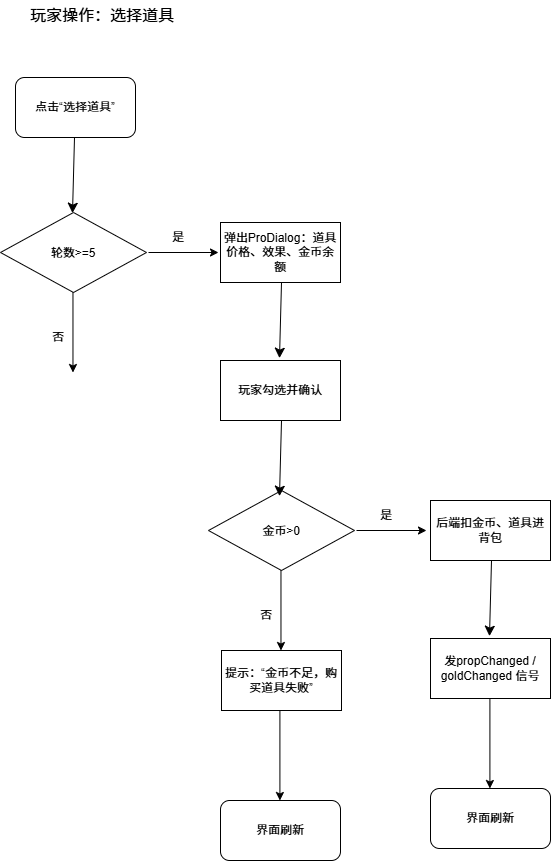
Above: 流程图6.drawio.png in jiayaoo0499/MarketDuo (draw.io), before the change. Source tidied: cells renumbered, new cells last; positions are measured from the earlier drawing's top-left corner, leaving out a move shared by most shapes. Its diagram source:
```xml
<mxGraphModel>
  <root>
    <mxCell id="0" />
    <mxCell id="1" parent="0" />
    <mxCell id="2" value="点击“选择道具”" style="rounded=1;whiteSpace=wrap;html=1;" parent="1" vertex="1">
      <mxGeometry x="15" y="77" width="120" height="60" as="geometry" />
    </mxCell>
    <mxCell id="3" value="玩家操作：选择道具" style="text;html=1;whiteSpace=wrap;strokeColor=none;fillColor=none;align=center;verticalAlign=middle;rounded=0;fontSize=16;" parent="1" vertex="1">
      <mxGeometry x="24" width="156" height="30" as="geometry" />
    </mxCell>
    <mxCell id="4" value="轮数&amp;gt;=5" style="rhombus;whiteSpace=wrap;html=1;shapeInside=1;" parent="1" vertex="1">
      <mxGeometry y="212" width="146" height="80" as="geometry" />
    </mxCell>
    <mxCell id="5" style="endArrow=classic;html=1;rounded=0;fontSize=12;startSize=8;endSize=8;curved=1;" parent="1" edge="1">
      <mxGeometry relative="1" as="geometry">
        <mxPoint x="74" y="137" as="sourcePoint" />
        <mxPoint x="72" y="212.7" as="targetPoint" />
      </mxGeometry>
    </mxCell>
    <mxCell id="6" style="endArrow=classic;html=1;rounded=0;" parent="1" edge="1">
      <mxGeometry relative="1" as="geometry">
        <mxPoint x="148" y="252" as="sourcePoint" />
        <mxPoint x="218" y="252" as="targetPoint" />
      </mxGeometry>
    </mxCell>
    <mxCell id="7" value="是" style="text;html=1;whiteSpace=wrap;strokeColor=none;fillColor=none;align=center;verticalAlign=middle;rounded=0;" parent="1" vertex="1">
      <mxGeometry x="148" y="222" width="60" height="30" as="geometry" />
    </mxCell>
    <mxCell id="8" style="endArrow=classic;html=1;rounded=0;" parent="1" edge="1">
      <mxGeometry relative="1" as="geometry">
        <mxPoint x="72.5" y="292" as="sourcePoint" />
        <mxPoint x="72.5" y="372" as="targetPoint" />
      </mxGeometry>
    </mxCell>
    <mxCell id="9" value="否" style="text;html=1;whiteSpace=wrap;strokeColor=none;fillColor=none;align=center;verticalAlign=middle;rounded=0;" parent="1" vertex="1">
      <mxGeometry x="28" y="322" width="60" height="30" as="geometry" />
    </mxCell>
    <mxCell id="10" value="弹出ProDialog：道具价格、效果、金币余额" style="rounded=0;whiteSpace=wrap;html=1;" parent="1" vertex="1">
      <mxGeometry x="220" y="222" width="120" height="60" as="geometry" />
    </mxCell>
    <mxCell id="11" style="endArrow=classic;html=1;rounded=0;fontSize=12;startSize=8;endSize=8;curved=1;" parent="1" edge="1">
      <mxGeometry relative="1" as="geometry">
        <mxPoint x="281" y="282" as="sourcePoint" />
        <mxPoint x="279" y="357.7" as="targetPoint" />
      </mxGeometry>
    </mxCell>
    <mxCell id="12" value="玩家勾选并确认" style="rounded=0;whiteSpace=wrap;html=1;" parent="1" vertex="1">
      <mxGeometry x="220" y="360" width="120" height="60" as="geometry" />
    </mxCell>
    <mxCell id="13" value="金币&amp;gt;0" style="rhombus;whiteSpace=wrap;html=1;shapeInside=1;" parent="1" vertex="1">
      <mxGeometry x="208" y="490" width="146" height="80" as="geometry" />
    </mxCell>
    <mxCell id="14" style="endArrow=classic;html=1;rounded=0;" parent="1" edge="1">
      <mxGeometry relative="1" as="geometry">
        <mxPoint x="356" y="530" as="sourcePoint" />
        <mxPoint x="426" y="530" as="targetPoint" />
      </mxGeometry>
    </mxCell>
    <mxCell id="15" value="是" style="text;html=1;whiteSpace=wrap;strokeColor=none;fillColor=none;align=center;verticalAlign=middle;rounded=0;" parent="1" vertex="1">
      <mxGeometry x="356" y="500" width="60" height="30" as="geometry" />
    </mxCell>
    <mxCell id="16" style="endArrow=classic;html=1;rounded=0;" parent="1" edge="1">
      <mxGeometry relative="1" as="geometry">
        <mxPoint x="280.5" y="570" as="sourcePoint" />
        <mxPoint x="280.5" y="650" as="targetPoint" />
      </mxGeometry>
    </mxCell>
    <mxCell id="17" value="否" style="text;html=1;whiteSpace=wrap;strokeColor=none;fillColor=none;align=center;verticalAlign=middle;rounded=0;" parent="1" vertex="1">
      <mxGeometry x="236" y="600" width="60" height="30" as="geometry" />
    </mxCell>
    <mxCell id="18" style="endArrow=classic;html=1;rounded=0;fontSize=12;startSize=8;endSize=8;curved=1;" parent="1" edge="1">
      <mxGeometry relative="1" as="geometry">
        <mxPoint x="281" y="420" as="sourcePoint" />
        <mxPoint x="279" y="495.7" as="targetPoint" />
      </mxGeometry>
    </mxCell>
    <mxCell id="19" value="后端扣金币、道具进背包" style="rounded=0;whiteSpace=wrap;html=1;" parent="1" vertex="1">
      <mxGeometry x="430" y="500" width="120" height="60" as="geometry" />
    </mxCell>
    <mxCell id="20" value="提示：“金币不足，购买道具失败”" style="rounded=0;whiteSpace=wrap;html=1;" parent="1" vertex="1">
      <mxGeometry x="221" y="650" width="120" height="60" as="geometry" />
    </mxCell>
    <mxCell id="21" style="endArrow=classic;html=1;rounded=0;" parent="1" edge="1">
      <mxGeometry relative="1" as="geometry">
        <mxPoint x="279.4" y="710" as="sourcePoint" />
        <mxPoint x="279.4" y="800" as="targetPoint" />
      </mxGeometry>
    </mxCell>
    <mxCell id="22" value="界面刷新" style="rounded=1;whiteSpace=wrap;html=1;" parent="1" vertex="1">
      <mxGeometry x="220" y="800" width="120" height="60" as="geometry" />
    </mxCell>
    <mxCell id="23" style="endArrow=classic;html=1;rounded=0;fontSize=12;startSize=8;endSize=8;curved=1;" parent="1" edge="1">
      <mxGeometry relative="1" as="geometry">
        <mxPoint x="491" y="560" as="sourcePoint" />
        <mxPoint x="489" y="635.7" as="targetPoint" />
      </mxGeometry>
    </mxCell>
    <mxCell id="24" value="发propChanged / goldChanged 信号" style="rounded=0;whiteSpace=wrap;html=1;" parent="1" vertex="1">
      <mxGeometry x="430" y="638" width="120" height="60" as="geometry" />
    </mxCell>
    <mxCell id="25" style="endArrow=classic;html=1;rounded=0;" parent="1" edge="1">
      <mxGeometry relative="1" as="geometry">
        <mxPoint x="489.4" y="698" as="sourcePoint" />
        <mxPoint x="489.4" y="788" as="targetPoint" />
      </mxGeometry>
    </mxCell>
    <mxCell id="26" value="界面刷新" style="rounded=1;whiteSpace=wrap;html=1;" parent="1" vertex="1">
      <mxGeometry x="430" y="788" width="120" height="60" as="geometry" />
    </mxCell>
  </root>
</mxGraphModel>
```
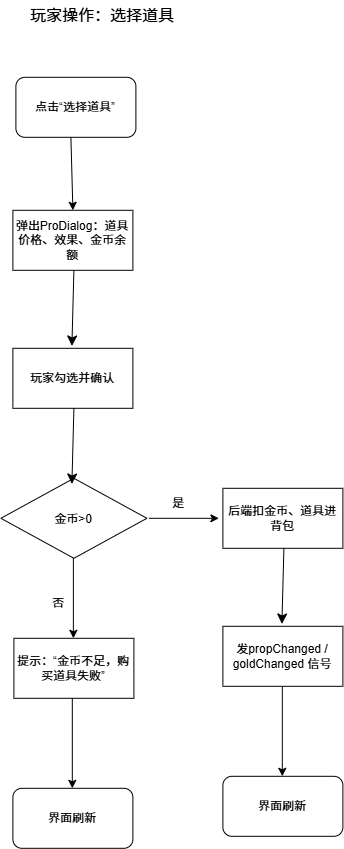
After the change.

Commit message:
更新流程图6.drawio.png

Diff of the diagram source:
```diff
@@ -3,38 +3,11 @@
     <mxCell id="0" />
     <mxCell id="1" parent="0" />
     <mxCell id="2" value="点击“选择道具”" style="rounded=1;whiteSpace=wrap;html=1;" parent="1" vertex="1">
-      <mxGeometry x="15" y="77" width="120" height="60" as="geometry" />
+      <mxGeometry x="223" y="89" width="120" height="60" as="geometry" />
     </mxCell>
     <mxCell id="3" value="玩家操作：选择道具" style="text;html=1;whiteSpace=wrap;strokeColor=none;fillColor=none;align=center;verticalAlign=middle;rounded=0;fontSize=16;" parent="1" vertex="1">
-      <mxGeometry x="24" width="156" height="30" as="geometry" />
+      <mxGeometry x="232" y="12" width="156" height="30" as="geometry" />
     </mxCell>
-    <mxCell id="4" value="轮数&amp;gt;=5" style="rhombus;whiteSpace=wrap;html=1;shapeInside=1;" parent="1" vertex="1">
-      <mxGeometry y="212" width="146" height="80" as="geometry" />
-    </mxCell>
-    <mxCell id="5" style="endArrow=classic;html=1;rounded=0;fontSize=12;startSize=8;endSize=8;curved=1;" parent="1" edge="1">
-      <mxGeometry relative="1" as="geometry">
-        <mxPoint x="74" y="137" as="sourcePoint" />
-        <mxPoint x="72" y="212.7" as="targetPoint" />
-      </mxGeometry>
-    </mxCell>
-    <mxCell id="6" style="endArrow=classic;html=1;rounded=0;" parent="1" edge="1">
-      <mxGeometry relative="1" as="geometry">
-        <mxPoint x="148" y="252" as="sourcePoint" />
-        <mxPoint x="218" y="252" as="targetPoint" />
-      </mxGeometry>
-    </mxCell>
-    <mxCell id="7" value="是" style="text;html=1;whiteSpace=wrap;strokeColor=none;fillColor=none;align=center;verticalAlign=middle;rounded=0;" parent="1" vertex="1">
-      <mxGeometry x="148" y="222" width="60" height="30" as="geometry" />
-    </mxCell>
-    <mxCell id="8" style="endArrow=classic;html=1;rounded=0;" parent="1" edge="1">
-      <mxGeometry relative="1" as="geometry">
-        <mxPoint x="72.5" y="292" as="sourcePoint" />
-        <mxPoint x="72.5" y="372" as="targetPoint" />
-      </mxGeometry>
-    </mxCell>
-    <mxCell id="9" value="否" style="text;html=1;whiteSpace=wrap;strokeColor=none;fillColor=none;align=center;verticalAlign=middle;rounded=0;" parent="1" vertex="1">
-      <mxGeometry x="28" y="322" width="60" height="30" as="geometry" />
-    </mxCell>
     <mxCell id="10" value="弹出ProDialog：道具价格、效果、金币余额" style="rounded=0;whiteSpace=wrap;html=1;" parent="1" vertex="1">
       <mxGeometry x="220" y="222" width="120" height="60" as="geometry" />
     </mxCell>
@@ -107,5 +80,10 @@
     <mxCell id="26" value="界面刷新" style="rounded=1;whiteSpace=wrap;html=1;" parent="1" vertex="1">
       <mxGeometry x="430" y="788" width="120" height="60" as="geometry" />
     </mxCell>
+    <mxCell id="27" style="endArrow=classic;html=1;rounded=0;entryX=0.5;entryY=0;entryDx=0;entryDy=0;" parent="1" edge="1" target="10">
+      <mxGeometry relative="1" as="geometry">
+        <mxPoint x="278" y="149" as="sourcePoint" />
+      </mxGeometry>
+    </mxCell>
   </root>
 </mxGraphModel>
```
